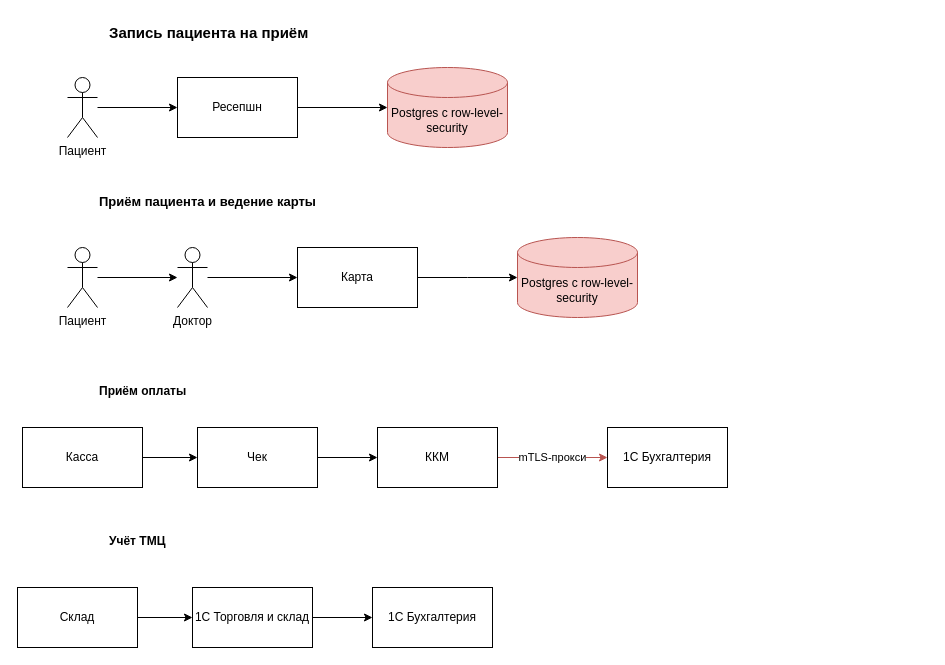
Above: Task1/Доработанные диаграммы потоков данных.drawio in Apelsins/architecture-medikamente (draw.io), before the change. Source tidied: cells renumbered, new cells numbered last; positions are measured from the earlier drawing's top-left corner, leaving out a move shared by most shapes. Both pictures are drawn from the tidied source at 100%, with x=0, y=0 at pixel (17, 17).
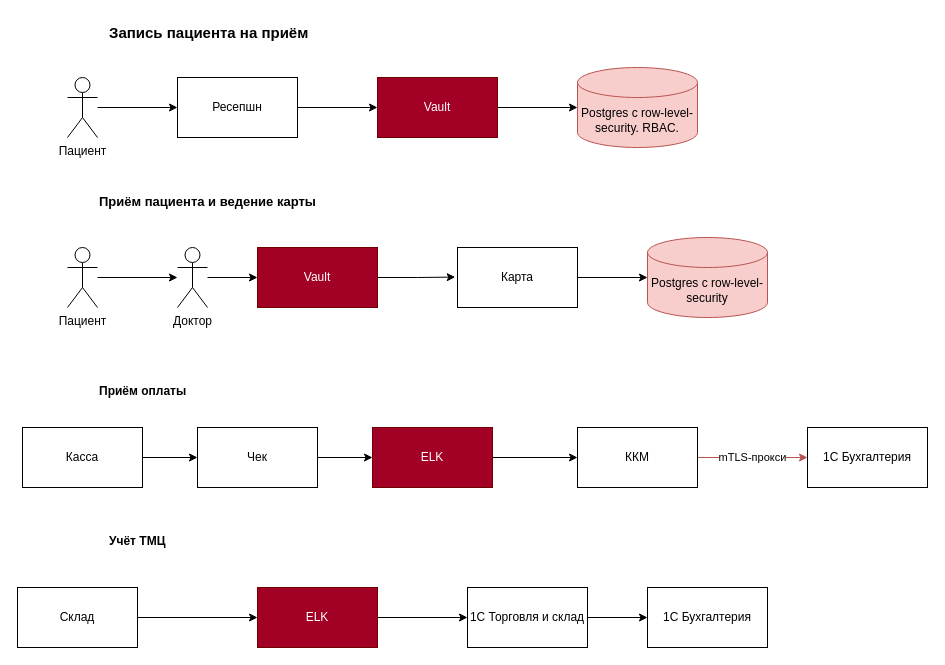
The same page after the edit.

The change refers to these unchanged cells:
```xml
<mxCell id="5" value="Ресепшн" style="rounded=0;whiteSpace=wrap;html=1;" parent="1" vertex="1">
  <mxGeometry x="160" y="60" width="120" height="60" as="geometry" />
</mxCell>
<mxCell id="14" value="Доктор" style="shape=umlActor;verticalLabelPosition=bottom;verticalAlign=top;html=1;outlineConnect=0;" parent="1" vertex="1">
  <mxGeometry x="160" y="230" width="30" height="60" as="geometry" />
</mxCell>
<mxCell id="19" value="Чек" style="rounded=0;whiteSpace=wrap;html=1;" parent="1" vertex="1">
  <mxGeometry x="180" y="410" width="120" height="60" as="geometry" />
</mxCell>
<mxCell id="25" value="Склад" style="rounded=0;whiteSpace=wrap;html=1;" parent="1" vertex="1">
  <mxGeometry y="570" width="120" height="60" as="geometry" />
</mxCell>
```

Change to the diagram source:
```diff
@@
+    <mxCell id="30" style="edgeStyle=orthogonalEdgeStyle;rounded=0;jettySize=auto;html=1;" parent="1" edge="1" source="5" target="34">
+      <mxGeometry relative="1" as="geometry" />
+    </mxCell>
@@
-    <mxCell id="6" value="Postgres с row-level-security" style="shape=cylinder3;whiteSpace=wrap;html=1;boundedLbl=1;backgroundOutline=1;size=15;fillColor=#f8cecc;strokeColor=#b85450;" parent="1" vertex="1">
-      <mxGeometry x="370" y="50" width="120" height="80" as="geometry" />
+    <mxCell id="6" value="Postgres с row-level-security. RBAC." style="shape=cylinder3;whiteSpace=wrap;html=1;boundedLbl=1;backgroundOutline=1;size=15;fillColor=#f8cecc;strokeColor=#b85450;" parent="1" vertex="1">
+      <mxGeometry x="560" y="50" width="120" height="80" as="geometry" />
     </mxCell>
-    <mxCell id="7" style="edgeStyle=orthogonalEdgeStyle;rounded=0;jettySize=auto;html=1;entryX=0;entryY=0.5;entryDx=0;entryDy=0;entryPerimeter=0;" parent="1" edge="1" source="5" target="6">
-      <mxGeometry relative="1" as="geometry" />
-    </mxCell>
@@
     <mxCell id="11" value="Карта" style="rounded=0;whiteSpace=wrap;html=1;" parent="1" vertex="1">
-      <mxGeometry x="280" y="230" width="120" height="60" as="geometry" />
+      <mxGeometry x="440" y="230" width="120" height="60" as="geometry" />
     </mxCell>
-    <mxCell id="12" style="edgeStyle=orthogonalEdgeStyle;rounded=0;jettySize=auto;html=1;entryX=0;entryY=0.5;entryDx=0;entryDy=0;entryPerimeter=0;" parent="1" edge="1" source="11">
-      <mxGeometry relative="1" as="geometry">
-        <mxPoint x="500" y="260" as="targetPoint" />
-      </mxGeometry>
+    <mxCell id="12" style="edgeStyle=orthogonalEdgeStyle;rounded=0;jettySize=auto;html=1;entryX=0;entryY=0.5;entryDx=0;entryDy=0;entryPerimeter=0;" parent="1" edge="1" source="11" target="29">
+      <mxGeometry relative="1" as="geometry" />
     </mxCell>
-    <mxCell id="13" style="edgeStyle=orthogonalEdgeStyle;rounded=0;jettySize=auto;html=1;entryX=0;entryY=0.5;entryDx=0;entryDy=0;" parent="1" edge="1" source="14" target="11">
-      <mxGeometry relative="1" as="geometry" />
-    </mxCell>
+    <mxCell id="31" style="edgeStyle=orthogonalEdgeStyle;rounded=0;jettySize=auto;html=1;entryX=0;entryY=0.5;entryDx=0;entryDy=0;" parent="1" edge="1" source="14" target="36">
+      <mxGeometry relative="1" as="geometry" />
+    </mxCell>
@@
-    <mxCell id="18" style="edgeStyle=orthogonalEdgeStyle;rounded=0;jettySize=auto;html=1;entryX=0;entryY=0.5;entryDx=0;entryDy=0;" parent="1" edge="1" source="19" target="21">
-      <mxGeometry relative="1" as="geometry" />
-    </mxCell>
+    <mxCell id="32" style="edgeStyle=orthogonalEdgeStyle;rounded=0;jettySize=auto;html=1;entryX=0;entryY=0.5;entryDx=0;entryDy=0;" parent="1" edge="1" source="19" target="39">
+      <mxGeometry relative="1" as="geometry" />
+    </mxCell>
@@
     <mxCell id="21" value="ККМ" style="rounded=0;whiteSpace=wrap;html=1;" parent="1" vertex="1">
-      <mxGeometry x="360" y="410" width="120" height="60" as="geometry" />
+      <mxGeometry x="560" y="410" width="120" height="60" as="geometry" />
     </mxCell>
     <mxCell id="22" value="&lt;span style=&quot;text-align: left;&quot;&gt;1С&amp;nbsp;Бухгалтерия&lt;/span&gt;" style="rounded=0;whiteSpace=wrap;html=1;" parent="1" vertex="1">
-      <mxGeometry x="590" y="410" width="120" height="60" as="geometry" />
+      <mxGeometry x="790" y="410" width="120" height="60" as="geometry" />
     </mxCell>
@@
-    <mxCell id="24" style="edgeStyle=orthogonalEdgeStyle;rounded=0;jettySize=auto;html=1;entryX=0;entryY=0.5;entryDx=0;entryDy=0;" parent="1" edge="1" source="25" target="27">
-      <mxGeometry relative="1" as="geometry" />
-    </mxCell>
+    <mxCell id="33" style="edgeStyle=orthogonalEdgeStyle;rounded=0;jettySize=auto;html=1;entryX=0;entryY=0.5;entryDx=0;entryDy=0;" parent="1" edge="1" source="25" target="41">
+      <mxGeometry relative="1" as="geometry" />
+    </mxCell>
@@
     <mxCell id="27" value="&lt;span style=&quot;text-align: left;&quot;&gt;1С&amp;nbsp;Торговля и склад&lt;/span&gt;" style="rounded=0;whiteSpace=wrap;html=1;" parent="1" vertex="1">
-      <mxGeometry x="175" y="570" width="120" height="60" as="geometry" />
+      <mxGeometry x="450" y="570" width="120" height="60" as="geometry" />
     </mxCell>
     <mxCell id="28" value="&lt;span style=&quot;text-align: left;&quot;&gt;1С&amp;nbsp;Бухгалтерия&lt;/span&gt;" style="rounded=0;whiteSpace=wrap;html=1;" parent="1" vertex="1">
-      <mxGeometry x="355" y="570" width="120" height="60" as="geometry" />
+      <mxGeometry x="630" y="570" width="120" height="60" as="geometry" />
     </mxCell>
     <mxCell id="29" value="Postgres с row-level-security" style="shape=cylinder3;whiteSpace=wrap;html=1;boundedLbl=1;backgroundOutline=1;size=15;fillColor=#f8cecc;strokeColor=#b85450;" parent="1" vertex="1">
-      <mxGeometry x="500" y="220" width="120" height="80" as="geometry" />
+      <mxGeometry x="630" y="220" width="120" height="80" as="geometry" />
     </mxCell>
+    <mxCell id="34" value="Vault" style="rounded=0;whiteSpace=wrap;html=1;fillColor=#a20025;fontColor=#ffffff;strokeColor=#6F0000;" parent="1" vertex="1">
+      <mxGeometry x="360" y="60" width="120" height="60" as="geometry" />
+    </mxCell>
+    <mxCell id="35" style="edgeStyle=orthogonalEdgeStyle;rounded=0;jettySize=auto;html=1;entryX=0;entryY=0.5;entryDx=0;entryDy=0;entryPerimeter=0;" parent="1" edge="1" source="34" target="6">
+      <mxGeometry relative="1" as="geometry" />
+    </mxCell>
+    <mxCell id="36" value="Vault" style="rounded=0;whiteSpace=wrap;html=1;fillColor=#a20025;fontColor=#ffffff;strokeColor=#6F0000;" parent="1" vertex="1">
+      <mxGeometry x="240" y="230" width="120" height="60" as="geometry" />
+    </mxCell>
+    <mxCell id="37" style="edgeStyle=orthogonalEdgeStyle;rounded=0;jettySize=auto;html=1;entryX=-0.019;entryY=0.493;entryDx=0;entryDy=0;entryPerimeter=0;" parent="1" edge="1" source="36" target="11">
+      <mxGeometry relative="1" as="geometry" />
+    </mxCell>
+    <mxCell id="38" style="edgeStyle=orthogonalEdgeStyle;rounded=0;jettySize=auto;html=1;entryX=0;entryY=0.5;entryDx=0;entryDy=0;" parent="1" edge="1" source="39" target="21">
+      <mxGeometry relative="1" as="geometry" />
+    </mxCell>
+    <mxCell id="39" value="ELK" style="rounded=0;whiteSpace=wrap;html=1;fillColor=#a20025;fontColor=#ffffff;strokeColor=#6F0000;" parent="1" vertex="1">
+      <mxGeometry x="355" y="410" width="120" height="60" as="geometry" />
+    </mxCell>
+    <mxCell id="40" style="edgeStyle=orthogonalEdgeStyle;rounded=0;jettySize=auto;html=1;entryX=0;entryY=0.5;entryDx=0;entryDy=0;" parent="1" edge="1" source="41" target="27">
+      <mxGeometry relative="1" as="geometry" />
+    </mxCell>
+    <mxCell id="41" value="ELK" style="rounded=0;whiteSpace=wrap;html=1;fillColor=#a20025;fontColor=#ffffff;strokeColor=#6F0000;" parent="1" vertex="1">
+      <mxGeometry x="240" y="570" width="120" height="60" as="geometry" />
+    </mxCell>
```
